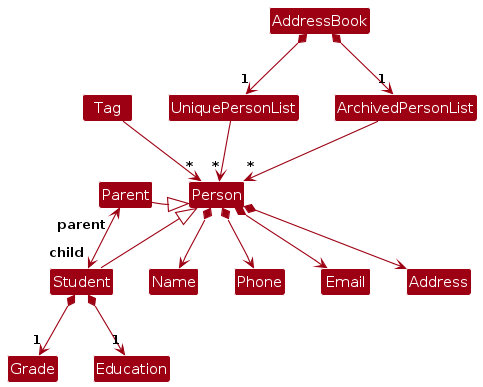
The PlantUML diagram diagrams/BetterModelClassDiagram.png in oneBoz/tp, before a commit. Its source is kept beside it as diagrams/BetterModelClassDiagram.puml.
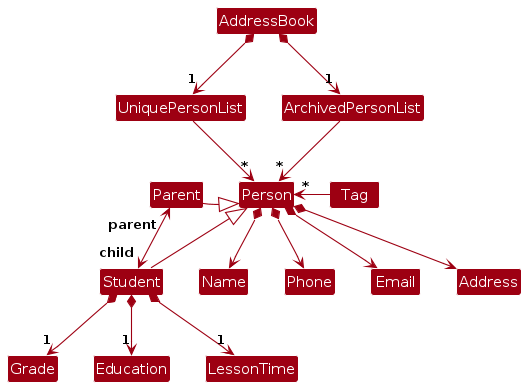
Later version of the same file.

Change to the diagram source:
```diff
@@ -20,9 +20,10 @@
 Person *--> Email
 Person *--> Address
 
-Parent -[hidden]up-> Tag
-Student "child" <-right-> "parent" Parent
+
+Student "child" <-up-> "parent" Parent
 Student *--> "1" Grade
 Student *--> "1" Education
+Student *--> "1" LessonTime
 
 @enduml
```
